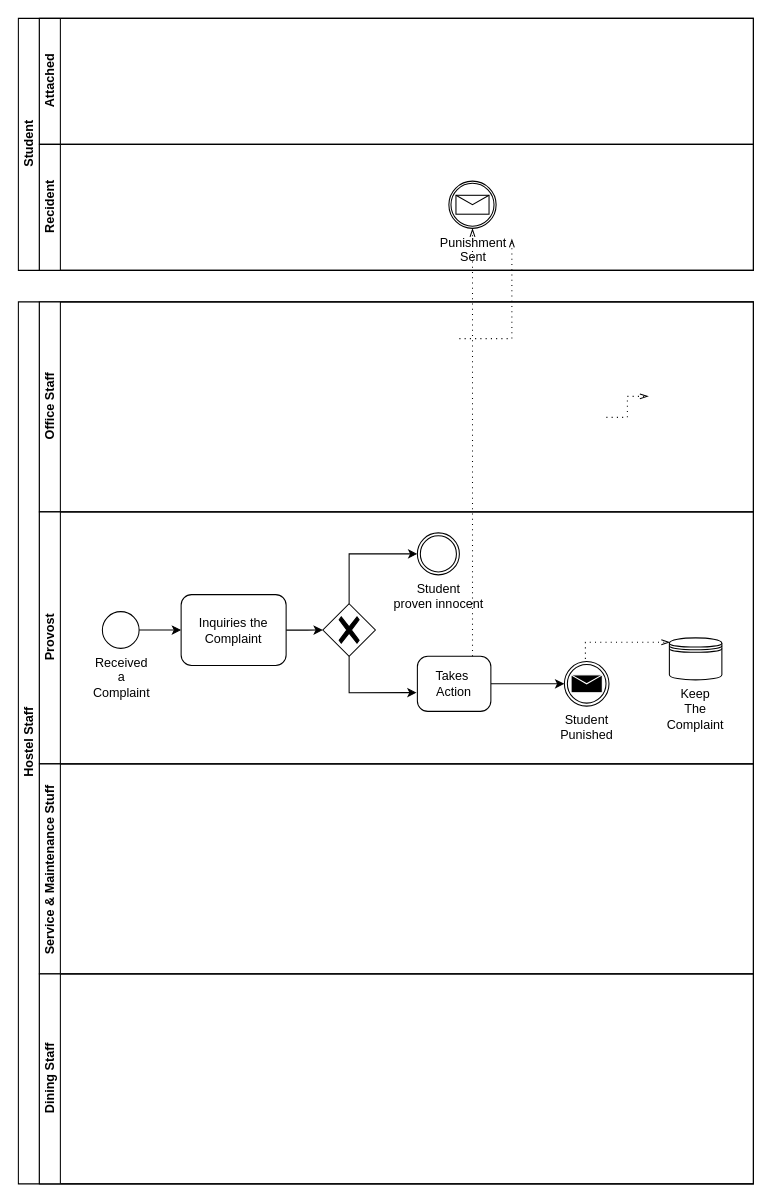
Noman1705088/CSE-326 keeps this draw.io diagram as page "Page-4" (4 of 6) of BPMN/BPMN_B1_4.drawio. Above is the earlier version. Source tidied: cells renumbered, new cells numbered last; positions are measured from the earlier drawing's top-left corner, leaving out a move shared by most shapes. Both pictures are drawn from the tidied source at 105%, with x=0, y=0 at pixel (18, 18).
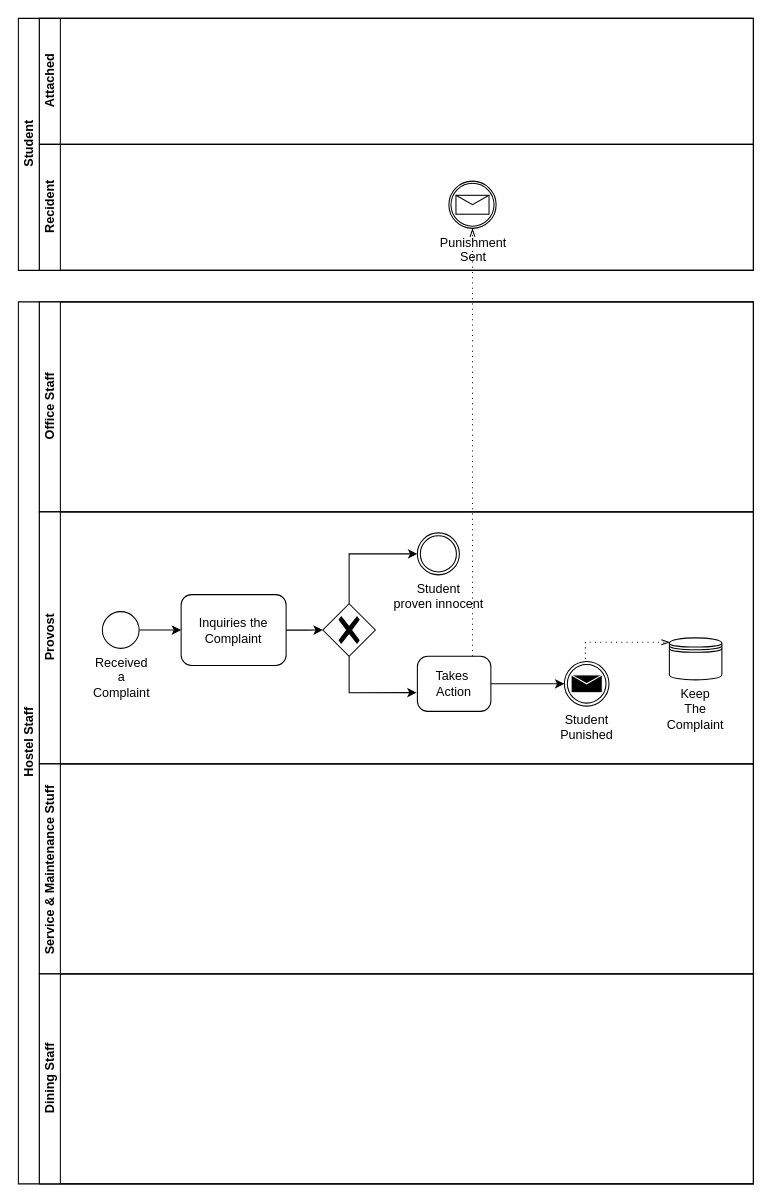
The same page after the edit.

Unchanged cells that the change refers to:
```xml
<mxCell id="7" value="Office Staff" style="swimlane;html=1;startSize=20;horizontal=0;" parent="6" vertex="1">
  <mxGeometry x="20" width="680" height="200" as="geometry" />
</mxCell>
```

What changed in the source:
```diff
@@
-    <mxCell id="12" style="edgeStyle=elbowEdgeStyle;fontSize=12;html=1;endFill=0;startFill=0;endSize=6;startSize=6;dashed=1;dashPattern=1 4;endArrow=openThin;startArrow=none;rounded=0;exitX=0.5;exitY=0;exitDx=0;exitDy=0;exitPerimeter=0;entryX=0.5;entryY=1;entryDx=0;entryDy=0;entryPerimeter=0;" parent="7" edge="1">
-      <mxGeometry relative="1" as="geometry">
-        <mxPoint x="540" y="110" as="sourcePoint" />
-        <mxPoint x="580" y="90" as="targetPoint" />
-      </mxGeometry>
-    </mxCell>
@@
-    <mxCell id="33" style="edgeStyle=elbowEdgeStyle;fontSize=12;html=1;endFill=0;startFill=0;endSize=6;startSize=6;dashed=1;dashPattern=1 4;endArrow=openThin;startArrow=none;rounded=0;" parent="1" edge="1">
-      <mxGeometry relative="1" as="geometry">
-        <mxPoint x="420" y="305" as="sourcePoint" />
-        <mxPoint x="470" y="210" as="targetPoint" />
-        <Array as="points">
-          <mxPoint x="470" y="180" />
-          <mxPoint x="470" y="170" />
-          <mxPoint x="470" y="210" />
-        </Array>
-      </mxGeometry>
-    </mxCell>
```
